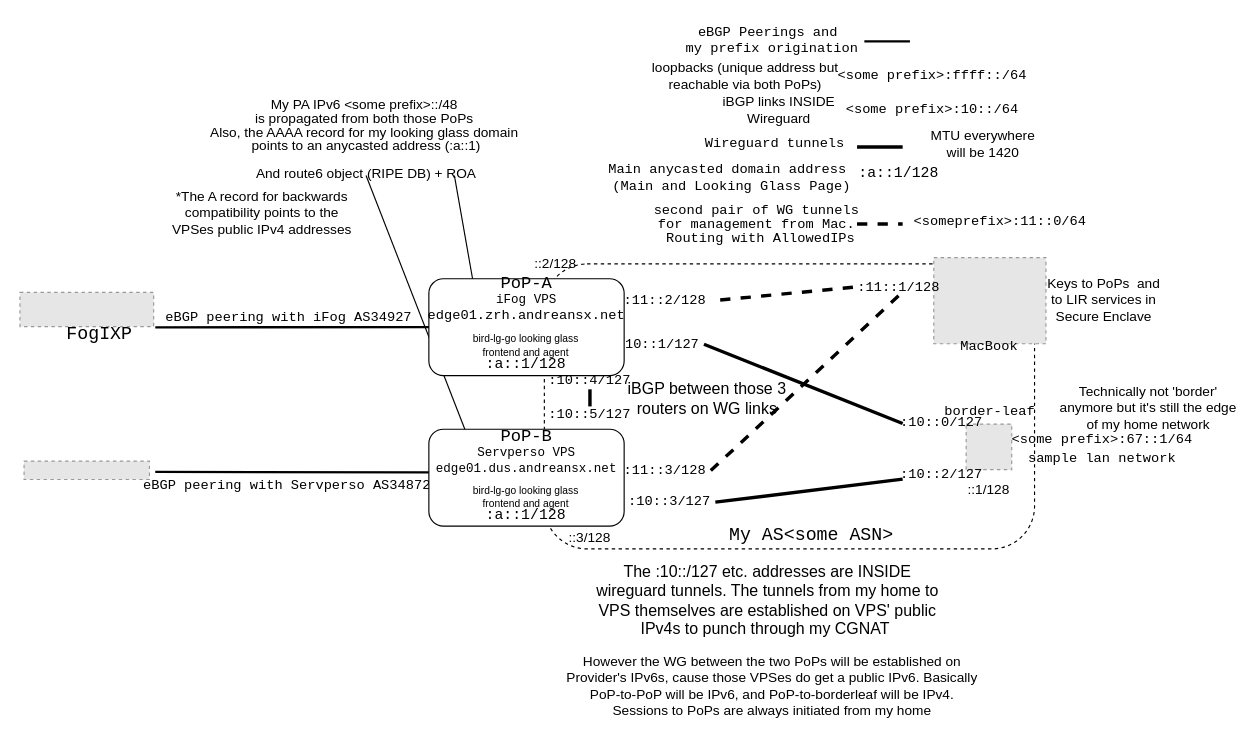
Andreansx/Networking-lab keeps this draw.io diagram as media/ownassimplified.drawio. Above is the earlier version. Source tidied: cells renumbered, new cells numbered last; positions are measured from the earlier drawing's top-left corner, leaving out a move shared by most shapes. Both pictures are drawn from the tidied source at 114%, with x=0, y=0 at pixel (19, 24). Pictures stored in the file or linked from it are replaced by grey dashed boxes.
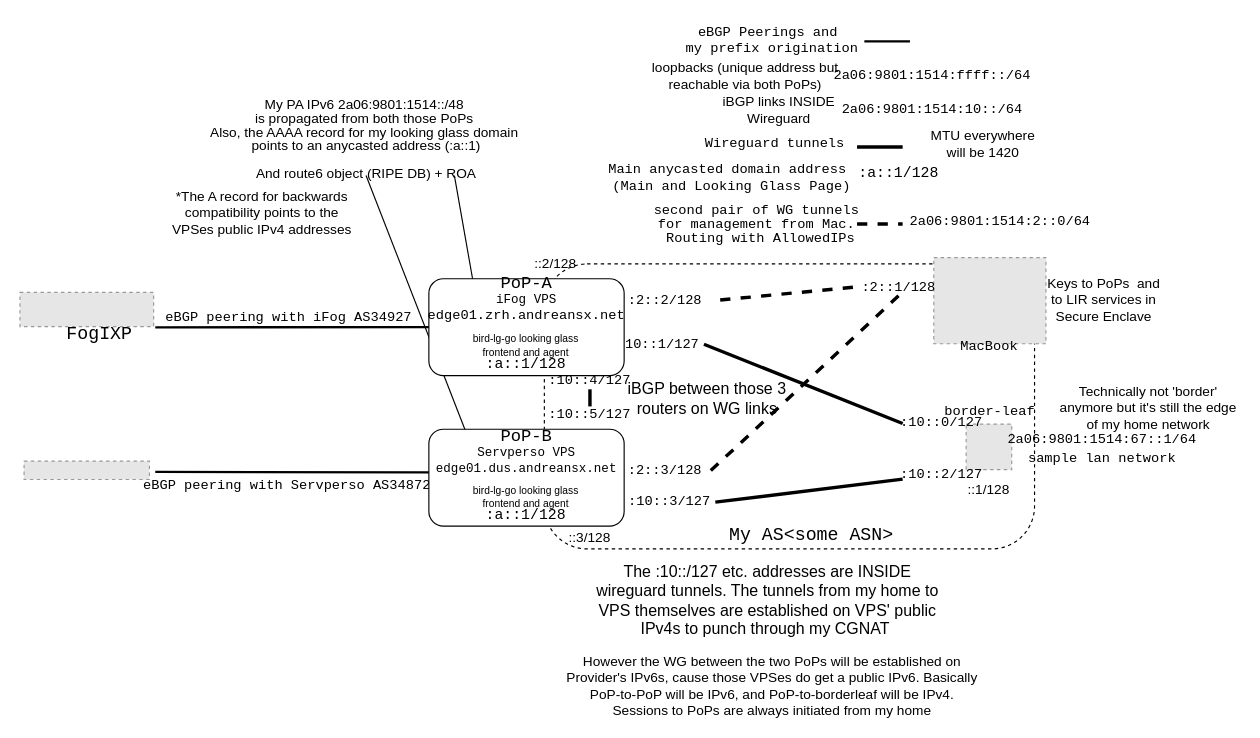
After the change.

What changed in the source:
```diff
@@
-    <mxCell id="14" value="&lt;pre&gt;&amp;lt;some prefix&amp;gt;:10::/64&lt;/pre&gt;" style="text;html=1;whiteSpace=wrap;strokeColor=none;fillColor=none;align=center;verticalAlign=middle;rounded=0;fontColor=light-dark(#000000,#FF3399);" parent="1" vertex="1">
+    <mxCell id="14" value="&lt;pre&gt;2a06:9801:1514:10::/64&lt;/pre&gt;" style="text;html=1;whiteSpace=wrap;strokeColor=none;fillColor=none;align=center;verticalAlign=middle;rounded=0;fontColor=light-dark(#000000,#FF3399);" parent="1" vertex="1">
       <mxGeometry x="720.7" y="60" width="159.3" height="30" as="geometry" />
     </mxCell>
@@
-    <mxCell id="16" value="&lt;pre&gt;&lt;span style=&quot;&quot;&gt;&amp;lt;some prefix&amp;gt;:ffff::/64&lt;/span&gt;&lt;/pre&gt;" style="text;html=1;whiteSpace=wrap;strokeColor=none;fillColor=none;align=center;verticalAlign=middle;rounded=0;fontColor=light-dark(#000000,#3399FF);" parent="1" vertex="1">
+    <mxCell id="16" value="&lt;pre&gt;&lt;span style=&quot;&quot;&gt;2a06:9801:1514:ffff::/64&lt;/span&gt;&lt;/pre&gt;" style="text;html=1;whiteSpace=wrap;strokeColor=none;fillColor=none;align=center;verticalAlign=middle;rounded=0;fontColor=light-dark(#000000,#3399FF);" parent="1" vertex="1">
       <mxGeometry x="720.7" y="30" width="159.3" height="30" as="geometry" />
     </mxCell>
@@
-    <mxCell id="27" value="&lt;div style=&quot;line-height: 30%;&quot;&gt;&lt;p style=&quot;line-height: 100%;&quot;&gt;My PA IPv6 &amp;lt;some prefix&amp;gt;::/48&amp;nbsp;&lt;br&gt;is propagated from both those PoPs&amp;nbsp;&lt;br&gt;Also, the AAAA record for my looking glass domain&amp;nbsp;&lt;br&gt;points to an anycasted address (:a::1)&lt;/p&gt;&lt;p style=&quot;line-height: 100%;&quot;&gt;And route6 object (RIPE DB) + ROA&lt;/p&gt;&lt;/div&gt;" style="text;html=1;whiteSpace=wrap;strokeColor=none;fillColor=none;align=center;verticalAlign=middle;rounded=0;" parent="1" vertex="1">
+    <mxCell id="27" value="&lt;div style=&quot;line-height: 30%;&quot;&gt;&lt;p style=&quot;line-height: 100%;&quot;&gt;My PA IPv6 2a06:9801:1514::/48&amp;nbsp;&lt;br&gt;is propagated from both those PoPs&amp;nbsp;&lt;br&gt;Also, the AAAA record for my looking glass domain&amp;nbsp;&lt;br&gt;points to an anycasted address (:a::1)&lt;/p&gt;&lt;p style=&quot;line-height: 100%;&quot;&gt;And route6 object (RIPE DB) + ROA&lt;/p&gt;&lt;/div&gt;" style="text;html=1;whiteSpace=wrap;strokeColor=none;fillColor=none;align=center;verticalAlign=middle;rounded=0;" parent="1" vertex="1">
       <mxGeometry x="148.6" y="67.5" width="310" height="65" as="geometry" />
     </mxCell>
@@
-    <mxCell id="37" value="&lt;div style=&quot;line-height: 30%;&quot;&gt;&lt;pre&gt;&lt;span style=&quot;color: light-dark(rgb(0, 0, 0), rgb(153, 255, 255));&quot;&gt;&amp;lt;some prefix&amp;gt;:67::1/64&lt;/span&gt;&lt;/pre&gt;&lt;pre&gt;&lt;span style=&quot;color: light-dark(rgb(0, 0, 0), rgb(153, 255, 255));&quot;&gt;sample lan network&lt;/span&gt;&lt;/pre&gt;&lt;/div&gt;" style="text;html=1;whiteSpace=wrap;strokeColor=none;fillColor=none;align=center;verticalAlign=middle;rounded=0;fontColor=light-dark(#000000,#3399FF);" parent="1" vertex="1">
+    <mxCell id="37" value="&lt;div style=&quot;line-height: 30%;&quot;&gt;&lt;pre&gt;&lt;span style=&quot;color: light-dark(rgb(0, 0, 0), rgb(153, 255, 255));&quot;&gt;2a06:9801:1514:67::1/64&lt;/span&gt;&lt;/pre&gt;&lt;pre&gt;&lt;span style=&quot;color: light-dark(rgb(0, 0, 0), rgb(153, 255, 255));&quot;&gt;sample lan network&lt;/span&gt;&lt;/pre&gt;&lt;/div&gt;" style="text;html=1;whiteSpace=wrap;strokeColor=none;fillColor=none;align=center;verticalAlign=middle;rounded=0;fontColor=light-dark(#000000,#3399FF);" parent="1" vertex="1">
       <mxGeometry x="870" y="357.5" width="159.3" height="30" as="geometry" />
     </mxCell>
@@
-    <mxCell id="58" value="&lt;pre&gt;:11::1/128&lt;/pre&gt;" style="text;html=1;whiteSpace=wrap;strokeColor=none;fillColor=none;align=center;verticalAlign=middle;rounded=0;fontColor=light-dark(#000000,#B266FF);" parent="1" vertex="1">
+    <mxCell id="58" value="&lt;pre&gt;:2::1/128&lt;/pre&gt;" style="text;html=1;whiteSpace=wrap;strokeColor=none;fillColor=none;align=center;verticalAlign=middle;rounded=0;fontColor=light-dark(#000000,#B266FF);" parent="1" vertex="1">
       <mxGeometry x="730.7" y="223" width="80" height="15" as="geometry" />
     </mxCell>
-    <mxCell id="59" value="&lt;pre&gt;:11::2/128&lt;/pre&gt;" style="text;html=1;whiteSpace=wrap;strokeColor=none;fillColor=none;align=center;verticalAlign=middle;rounded=0;fontColor=light-dark(#000000,#B266FF);" parent="1" vertex="1">
+    <mxCell id="59" value="&lt;pre&gt;:2::2/128&lt;/pre&gt;" style="text;html=1;whiteSpace=wrap;strokeColor=none;fillColor=none;align=center;verticalAlign=middle;rounded=0;fontColor=light-dark(#000000,#B266FF);" parent="1" vertex="1">
       <mxGeometry x="525.7" y="235" width="80" height="15" as="geometry" />
     </mxCell>
-    <mxCell id="60" value="&lt;pre&gt;:11::3/128&lt;/pre&gt;" style="text;html=1;whiteSpace=wrap;strokeColor=none;fillColor=none;align=center;verticalAlign=middle;rounded=0;fontColor=light-dark(#000000,#B266FF);" parent="1" vertex="1">
+    <mxCell id="60" value="&lt;pre&gt;:2::3/128&lt;/pre&gt;" style="text;html=1;whiteSpace=wrap;strokeColor=none;fillColor=none;align=center;verticalAlign=middle;rounded=0;fontColor=light-dark(#000000,#B266FF);" parent="1" vertex="1">
       <mxGeometry x="525.7" y="384.1" width="80" height="15" as="geometry" />
     </mxCell>
@@
-    <mxCell id="62" value="&lt;pre&gt;&amp;lt;someprefix&amp;gt;:11::0/64&lt;/pre&gt;" style="text;html=1;whiteSpace=wrap;strokeColor=none;fillColor=none;align=center;verticalAlign=middle;rounded=0;fontColor=light-dark(#000000,#B266FF);" parent="1" vertex="1">
+    <mxCell id="62" value="&lt;pre&gt;2a06:9801:1514:2::0/64&lt;/pre&gt;" style="text;html=1;whiteSpace=wrap;strokeColor=none;fillColor=none;align=center;verticalAlign=middle;rounded=0;fontColor=light-dark(#000000,#B266FF);" parent="1" vertex="1">
       <mxGeometry x="780" y="165" width="160" height="15" as="geometry" />
     </mxCell>
```
